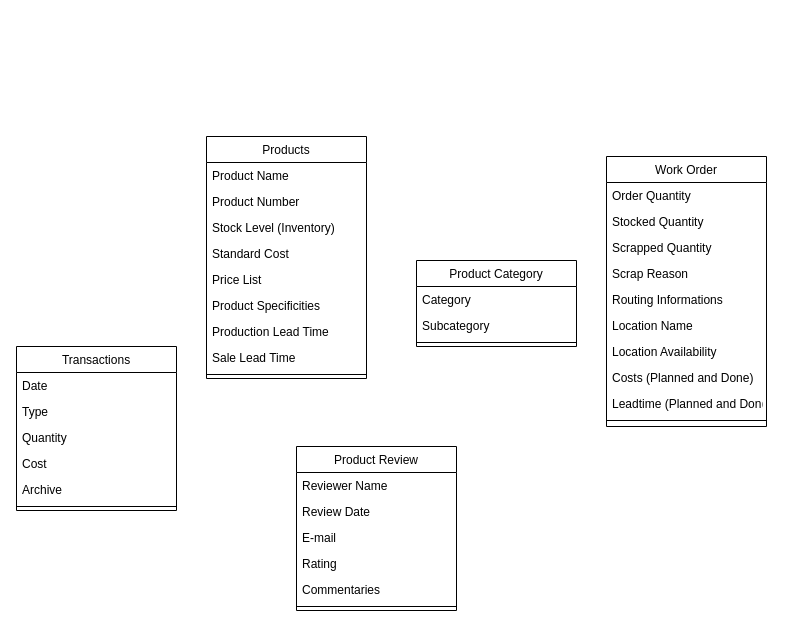
Earlier version of the draw.io diagram Adventure Works.drawio (gabrielamante/AdventureWorks). Source tidied: cells renumbered, new cells numbered last; positions are measured from the earlier drawing's top-left corner, leaving out a move shared by most shapes. Both pictures are drawn from the tidied source at 100%, with x=0, y=0 at pixel (16, 136).
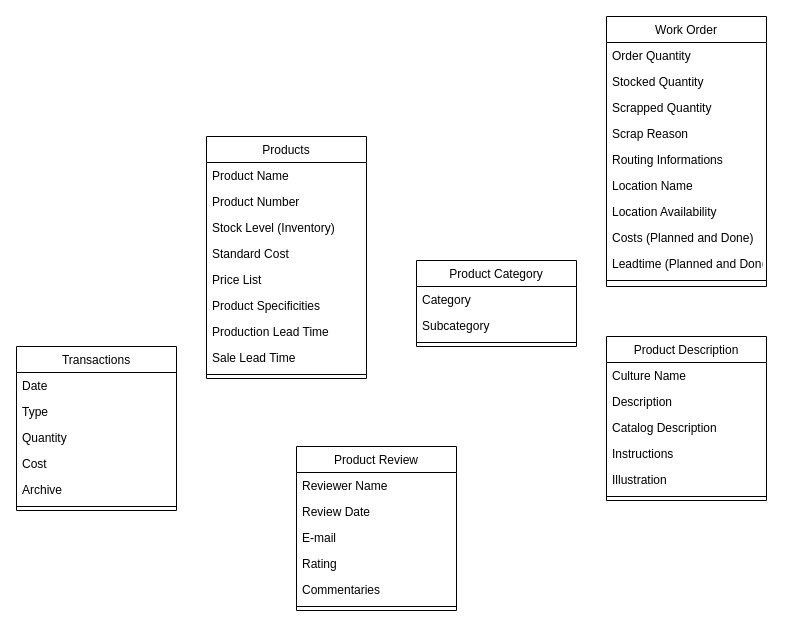
The same diagram, later.

The edit, as a diff of the source:
```diff
@@
     <mxCell id="30" value="Work Order" style="swimlane;fontStyle=0;align=center;verticalAlign=top;horizontal=1;startSize=26;rounded=0;shadow=0;strokeWidth=1;" parent="1" vertex="1">
-      <mxGeometry x="590" y="20" width="160" height="270" as="geometry" />
+      <mxGeometry x="590" y="-120" width="160" height="270" as="geometry" />
     </mxCell>
@@
+    <mxCell id="41" value="Product Description" style="swimlane;fontStyle=0;align=center;verticalAlign=top;horizontal=1;startSize=26;rounded=0;shadow=0;strokeWidth=1;" parent="1" vertex="1">
+      <mxGeometry x="590" y="200" width="160" height="164" as="geometry" />
+    </mxCell>
+    <mxCell id="42" value="Culture Name" style="text;align=left;verticalAlign=top;spacingLeft=4;spacingRight=4;overflow=hidden;" parent="41" vertex="1">
+      <mxGeometry y="26" width="160" height="26" as="geometry" />
+    </mxCell>
+    <mxCell id="43" value="Description" style="text;align=left;verticalAlign=top;spacingLeft=4;spacingRight=4;overflow=hidden;rounded=0;shadow=0;html=0;" parent="41" vertex="1">
+      <mxGeometry y="52" width="160" height="26" as="geometry" />
+    </mxCell>
+    <mxCell id="44" value="Catalog Description" style="text;align=left;verticalAlign=top;spacingLeft=4;spacingRight=4;overflow=hidden;rounded=0;shadow=0;html=0;" parent="41" vertex="1">
+      <mxGeometry y="78" width="160" height="26" as="geometry" />
+    </mxCell>
+    <mxCell id="45" value="Instructions" style="text;align=left;verticalAlign=top;spacingLeft=4;spacingRight=4;overflow=hidden;" parent="41" vertex="1">
+      <mxGeometry y="104" width="160" height="26" as="geometry" />
+    </mxCell>
+    <mxCell id="46" value="Illustration" style="text;align=left;verticalAlign=top;spacingLeft=4;spacingRight=4;overflow=hidden;" parent="41" vertex="1">
+      <mxGeometry y="130" width="160" height="26" as="geometry" />
+    </mxCell>
+    <mxCell id="47" style="line;html=1;strokeWidth=1;align=left;verticalAlign=middle;spacingTop=-1;spacingLeft=3;spacingRight=3;labelPosition=right;" parent="41" vertex="1">
+      <mxGeometry y="156" width="160" height="8" as="geometry" />
+    </mxCell>
```
